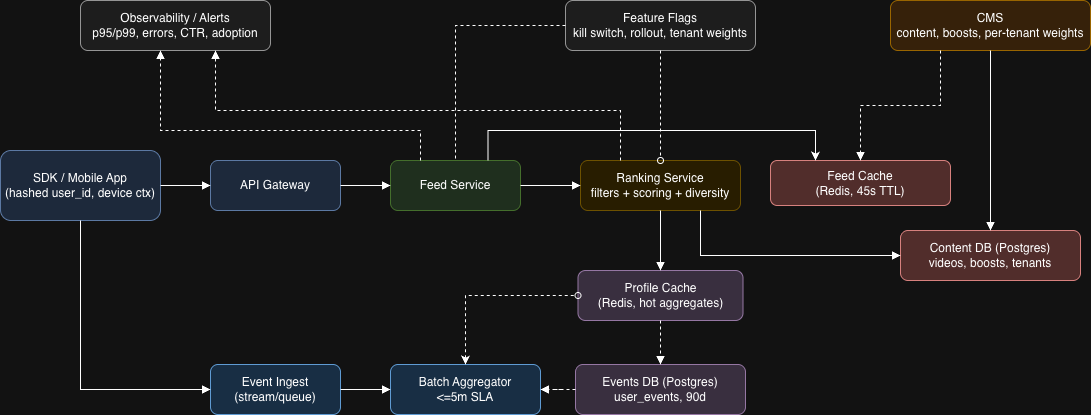
Earlier version of the draw.io export docs/arch-personalized-feed.drawio.png (artemmanaenko/st-test-task). Source tidied: cells renumbered, new cells last; positions are measured from the earlier drawing's top-left corner, leaving out a move shared by most shapes.
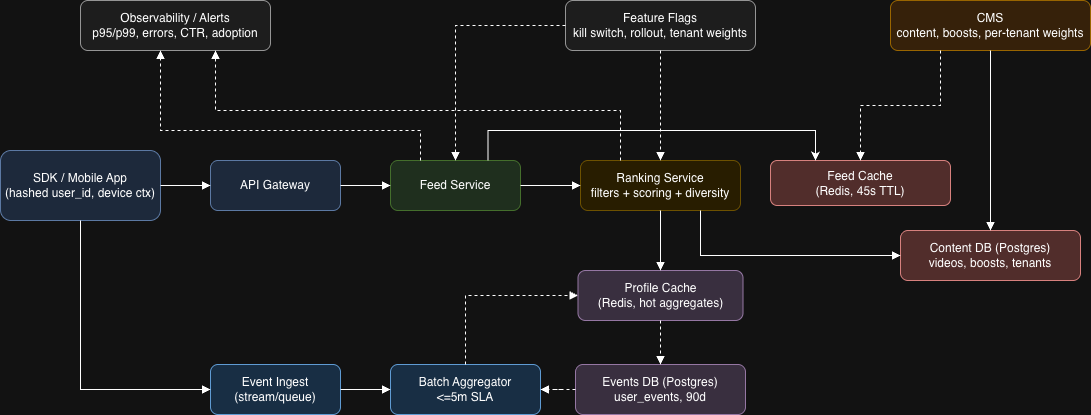
Later version of the same file.

Commit message:
Update design doc and architecture diagram

Diff of the diagram source:
```diff
@@ -74,13 +74,13 @@
     <mxCell id="25" style="edgeStyle=orthogonalEdgeStyle;rounded=0;jettySize=auto;html=1;endArrow=block;endFill=1;dashed=1;" parent="1" edge="1" source="9" target="12">
       <mxGeometry relative="1" as="geometry" />
     </mxCell>
-    <mxCell id="26" style="edgeStyle=orthogonalEdgeStyle;rounded=0;jettySize=auto;html=1;endArrow=oval;endFill=0;dashed=1;exitX=0.5;exitY=0;exitDx=0;exitDy=0;entryX=0;entryY=0.5;entryDx=0;entryDy=0;startArrow=classic;startFill=1;" parent="1" edge="1" source="12" target="8">
+    <mxCell id="26" style="edgeStyle=orthogonalEdgeStyle;rounded=0;jettySize=auto;html=1;endArrow=block;endFill=1;dashed=1;exitX=0.5;exitY=0;exitDx=0;exitDy=0;entryX=0;entryY=0.5;entryDx=0;entryDy=0;" parent="1" edge="1" source="12" target="8">
       <mxGeometry relative="1" as="geometry" />
     </mxCell>
-    <mxCell id="27" style="edgeStyle=orthogonalEdgeStyle;rounded=0;jettySize=auto;html=1;endArrow=none;endFill=0;dashed=1;entryX=0.5;entryY=0;entryDx=0;entryDy=0;" parent="1" edge="1" source="13" target="4">
+    <mxCell id="27" style="edgeStyle=orthogonalEdgeStyle;rounded=0;jettySize=auto;html=1;endArrow=block;endFill=1;dashed=1;entryX=0.5;entryY=0;entryDx=0;entryDy=0;" parent="1" edge="1" source="13" target="4">
       <mxGeometry relative="1" as="geometry" />
     </mxCell>
-    <mxCell id="28" style="edgeStyle=orthogonalEdgeStyle;rounded=0;jettySize=auto;html=1;endArrow=oval;endFill=0;dashed=1;" parent="1" edge="1" source="13" target="5">
+    <mxCell id="28" style="edgeStyle=orthogonalEdgeStyle;rounded=0;jettySize=auto;html=1;endArrow=block;endFill=1;dashed=1;" parent="1" edge="1" source="13" target="5">
       <mxGeometry relative="1" as="geometry" />
     </mxCell>
     <mxCell id="29" style="edgeStyle=orthogonalEdgeStyle;rounded=0;jettySize=auto;html=1;endArrow=block;endFill=1;dashed=1;" parent="1" edge="1" source="4" target="14">
```
